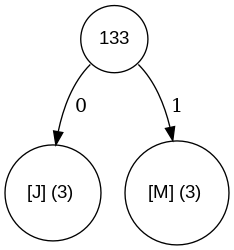
silvavds/aap keeps this Graphviz diagram as fil_rouge/codage/huffman/png/v_00005_tree.png. Above is the earlier version. Its source is kept beside it as fil_rouge/codage/huffman/dot/v_00005_tree.dot.
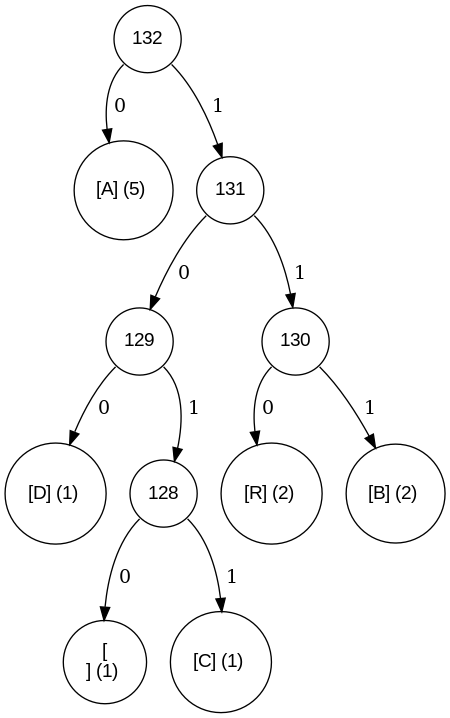
The same file after the commit.

The edit, as a diff of the source:
```diff
@@ -1,8 +1,25 @@
 digraph tree {
 	node [fontname="Arial", shape="circle", width=0.5];
 
-133:sw -> 74 [label = " 0"];
-74 [label = "[J] (3) "];
-133:se -> 77 [label = " 1"];
-77 [label = "[M] (3) "];
+132:sw -> 65 [label = " 0"];
+65 [label = "[A] (5) "];
+132:se -> 131 [label = " 1"];
+131 [label = "131"];
+131:sw -> 129 [label = " 0"];
+129 [label = "129"];
+129:sw -> 68 [label = " 0"];
+68 [label = "[D] (1) "];
+129:se -> 128 [label = " 1"];
+128 [label = "128"];
+128:sw -> 10 [label = " 0"];
+10 [label = "[
+] (1) "];
+128:se -> 67 [label = " 1"];
+67 [label = "[C] (1) "];
+131:se -> 130 [label = " 1"];
+130 [label = "130"];
+130:se -> 66 [label = " 1"];
+66 [label = "[B] (2) "];
+130:sw -> 82 [label = " 0"];
+82 [label = "[R] (2) "];
 }
```
